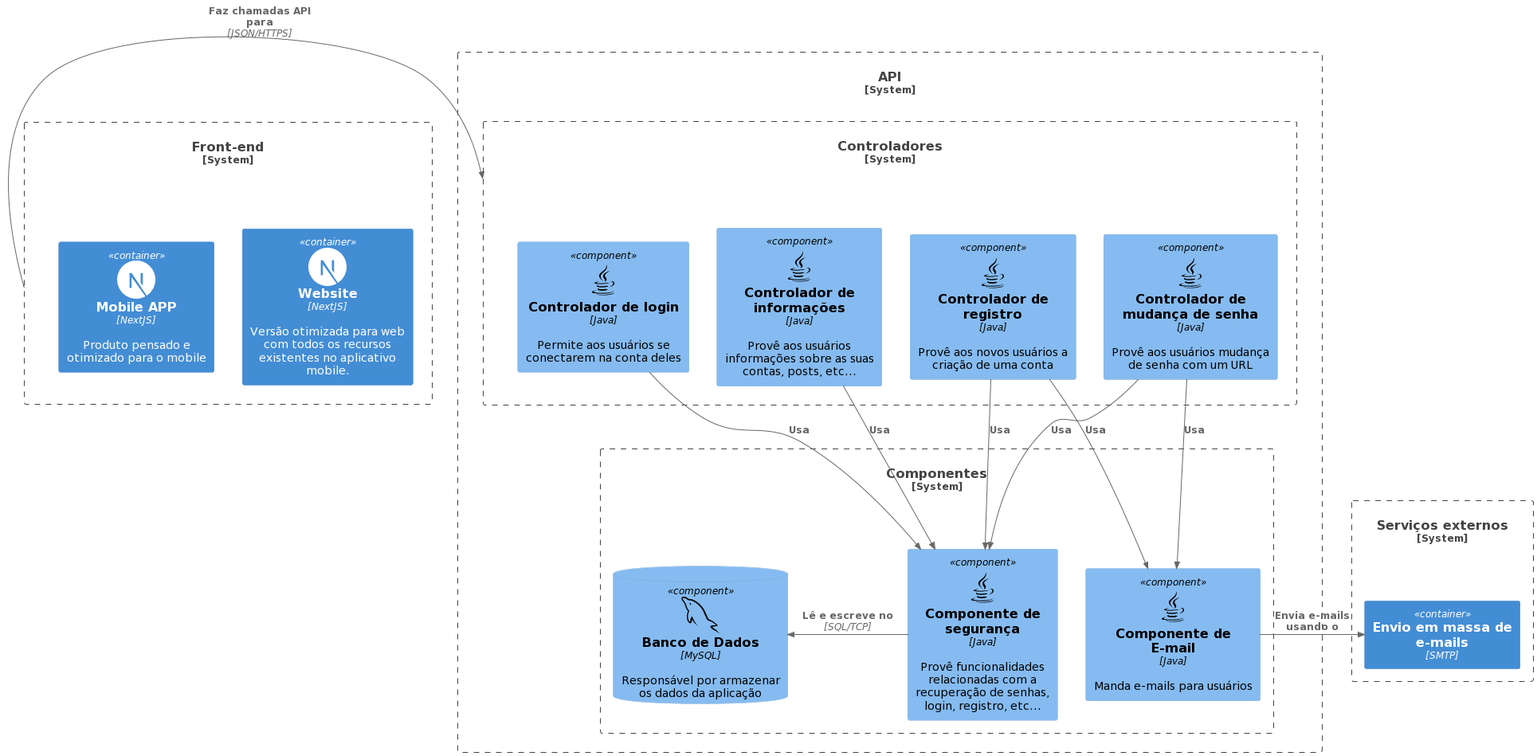
The PlantUML diagram docs/components_diagram/gamix_api.png in gabrielOliv1/gamix, before a commit. The source it was exported from:
```plantuml
@startuml
!include https://raw.githubusercontent.com/plantuml-stdlib/C4-PlantUML/master/C4_Component.puml
!define ICONURL https://raw.githubusercontent.com/tupadr3/plantuml-icon-font-sprites/v2.4.0

!include ICONURL/devicons/java.puml
!include ICONURL/devicons2/nextjs_original.puml
!include ICONURL/devicons2/nginx_original.puml
!include ICONURL/devicons2/mysql.puml

System_Boundary(front_end, "Front-end") {
  Container(website, "Website", "NextJS", "Versão otimizada para web com todos os recursos existentes no aplicativo mobile.", $sprite="nextjs_original")
  Container(mobile, "Mobile APP", "NextJS", "Produto pensado e otimizado para o mobile", $sprite="nextjs_original")
}

System_Boundary(software, "API") {
  System_Boundary(controllers, "Controladores") {
    Component(signin_controller, "Controlador de login", "Java", "Permite aos usuários se conectarem na conta deles", $sprite="java")
    Component(register_controller, "Controlador de registro", "Java", "Provê aos novos usuários a criação de uma conta", $sprite="java")
    Component(reset_password_controller, "Controlador de mudança de senha", "Java", "Provê aos usuários mudança de senha com um URL", $sprite="java")
    Component(informations_controller, "Controlador de informações", "Java", "Provê aos usuários informações sobre as suas contas, posts, etc...", $sprite="java")
  }

  System_Boundary(components, "Componentes") {
    Component(security_component, "Componente de segurança", "Java", "Provê funcionalidades relacionadas com a recuperação de senhas, login, registro, etc...", $sprite="java")
    Component(email_component, "Componente de E-mail", "Java", "Manda e-mails para usuários", $sprite="java")
    ComponentDb(database, "Banco de Dados", "MySQL", "Responsável por armazenar os dados da aplicação", $sprite="mysql")
  }

  Rel_R(front_end, controllers, "Faz chamadas API para", "JSON/HTTPS")

  Rel(signin_controller, security_component, "Usa")

  Rel(register_controller, email_component, "Usa")
  Rel(register_controller, security_component, "Usa")

  Rel(reset_password_controller, email_component, "Usa")
  Rel(reset_password_controller, security_component, "Usa")

  Rel(informations_controller, security_component, "Usa")

  Rel_L(security_component, database, "Lê e escreve no", "SQL/TCP")
}

System_Boundary(external_services, "Serviços externos") {
  Container(smtp, "Envio em massa de e-mails", "SMTP")
}

Rel_R(email_component, smtp, "Envia e-mails usando o")
@enduml
```
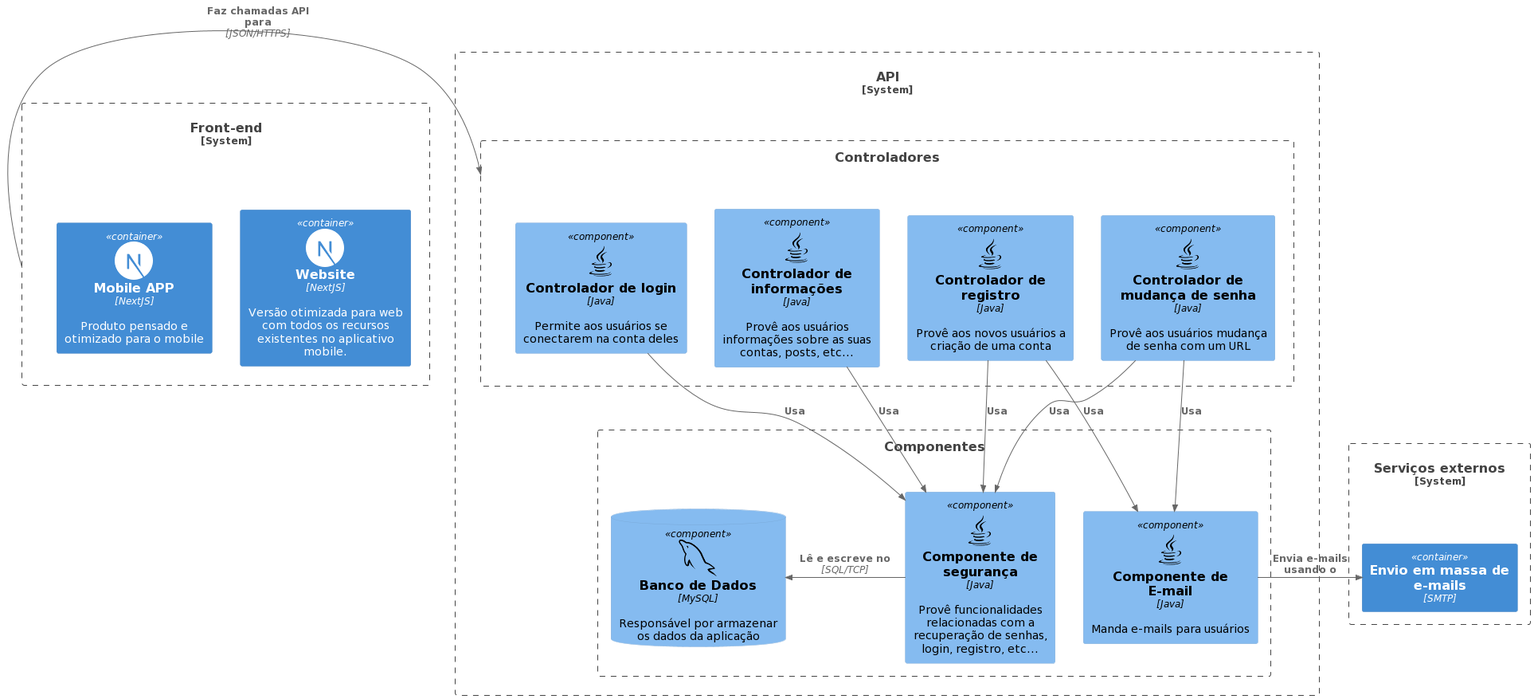
After the commit.

Commit message:
docs: alteração na representação dos componentes

What changed in the source:
```diff
@@ -13,14 +13,14 @@
 }
 
 System_Boundary(software, "API") {
-  System_Boundary(controllers, "Controladores") {
+  Boundary(controllers, "Controladores") {
     Component(signin_controller, "Controlador de login", "Java", "Permite aos usuários se conectarem na conta deles", $sprite="java")
     Component(register_controller, "Controlador de registro", "Java", "Provê aos novos usuários a criação de uma conta", $sprite="java")
     Component(reset_password_controller, "Controlador de mudança de senha", "Java", "Provê aos usuários mudança de senha com um URL", $sprite="java")
     Component(informations_controller, "Controlador de informações", "Java", "Provê aos usuários informações sobre as suas contas, posts, etc...", $sprite="java")
   }
 
-  System_Boundary(components, "Componentes") {
+  Boundary(components, "Componentes") {
     Component(security_component, "Componente de segurança", "Java", "Provê funcionalidades relacionadas com a recuperação de senhas, login, registro, etc...", $sprite="java")
     Component(email_component, "Componente de E-mail", "Java", "Manda e-mails para usuários", $sprite="java")
     ComponentDb(database, "Banco de Dados", "MySQL", "Responsável por armazenar os dados da aplicação", $sprite="mysql")
```
